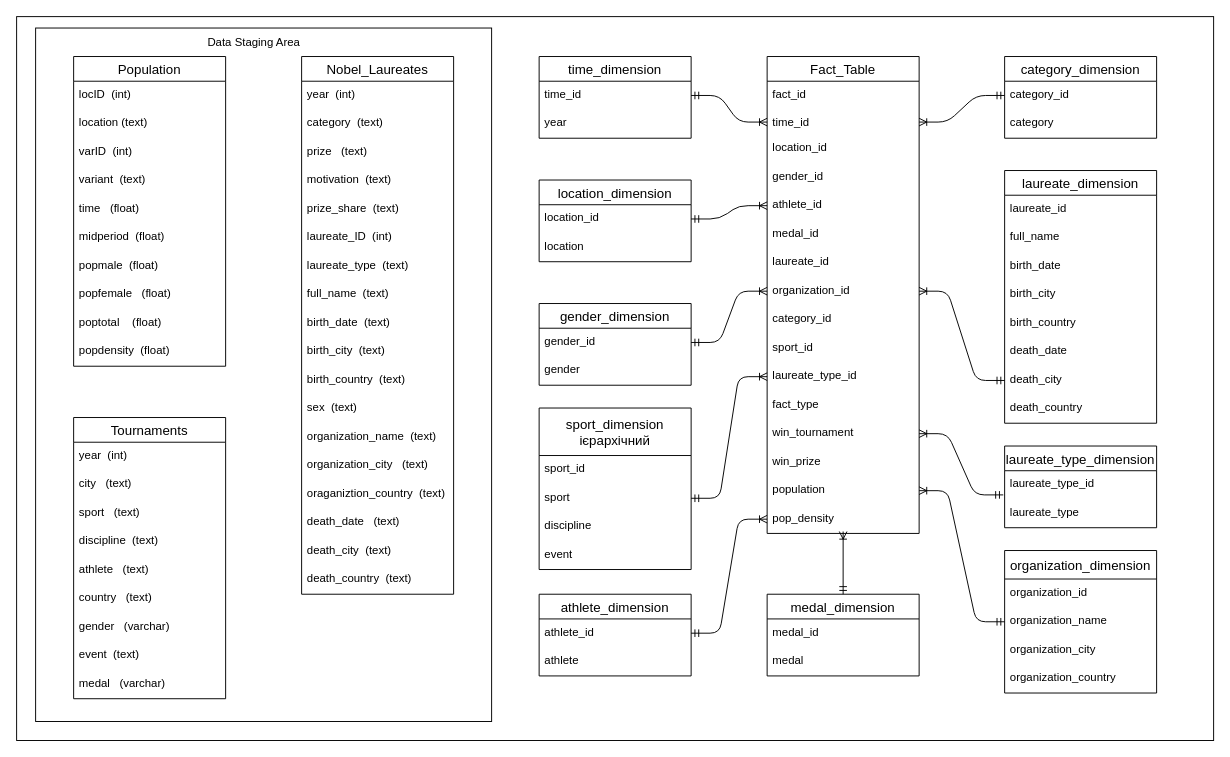
Earlier version of the draw.io diagram lab_1/diagram/diagram.drawio (ChuyOleg/Data_Analysis). Source tidied: cells renumbered, new cells numbered last; positions are measured from the earlier drawing's top-left corner, leaving out a move shared by most shapes. Both pictures are drawn from the tidied source at 95%, with x=0, y=0 at pixel (16, 16).
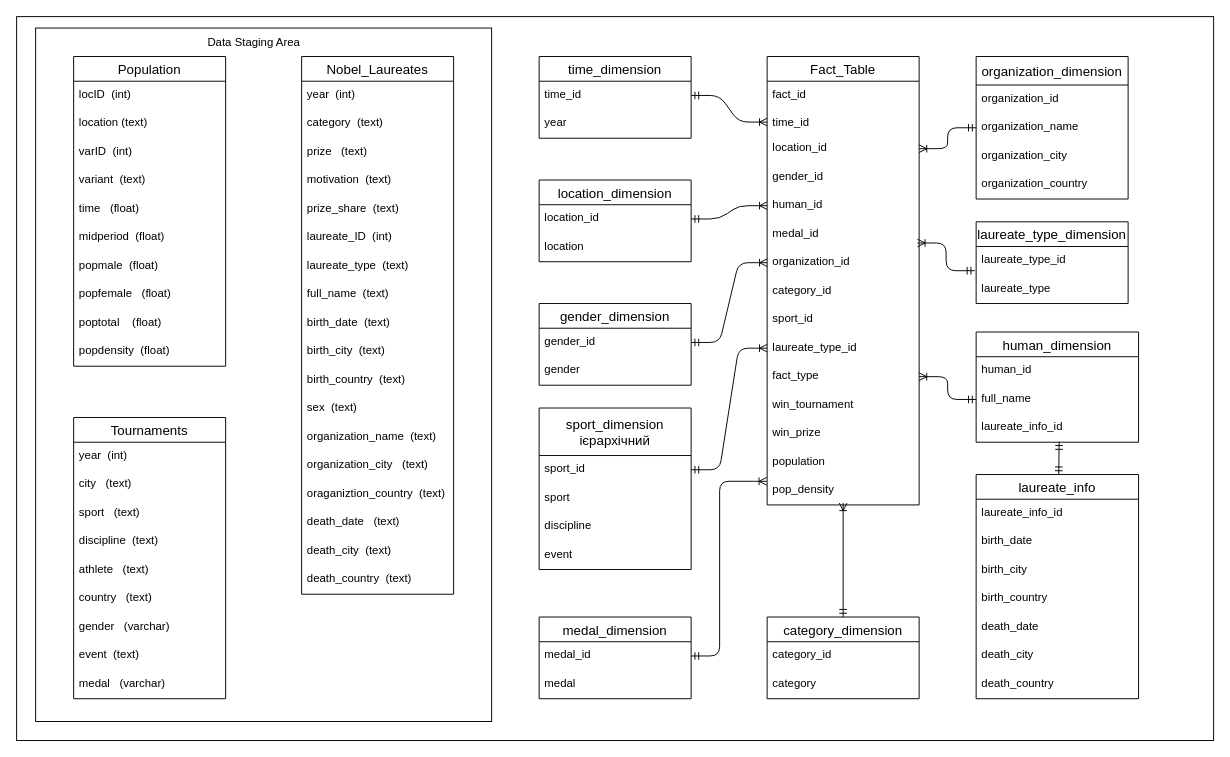
The same page after the edit.

Unchanged cells that the change refers to:
```xml
<mxCell id="58" value="organization_name" style="text;strokeColor=none;fillColor=none;spacingLeft=4;spacingRight=4;overflow=hidden;points=[[0,0.5],[1,0.5]];portConstraint=eastwest;fontSize=12;" parent="56" vertex="1">
  <mxGeometry y="60" width="160" height="30" as="geometry" />
</mxCell>
<mxCell id="62" value="category_id" style="text;strokeColor=none;fillColor=none;spacingLeft=4;spacingRight=4;overflow=hidden;points=[[0,0.5],[1,0.5]];portConstraint=eastwest;fontSize=12;" parent="61" vertex="1">
  <mxGeometry y="26" width="160" height="30" as="geometry" />
</mxCell>
<mxCell id="65" value="sport_id" style="text;strokeColor=none;fillColor=none;spacingLeft=4;spacingRight=4;overflow=hidden;points=[[0,0.5],[1,0.5]];portConstraint=eastwest;fontSize=12;" parent="64" vertex="1">
  <mxGeometry y="50" width="160" height="30" as="geometry" />
</mxCell>
<mxCell id="66" value="sport" style="text;strokeColor=none;fillColor=none;spacingLeft=4;spacingRight=4;overflow=hidden;points=[[0,0.5],[1,0.5]];portConstraint=eastwest;fontSize=12;" parent="64" vertex="1">
  <mxGeometry y="80" width="160" height="30" as="geometry" />
</mxCell>
<mxCell id="70" value="medal_id" style="text;strokeColor=none;fillColor=none;spacingLeft=4;spacingRight=4;overflow=hidden;points=[[0,0.5],[1,0.5]];portConstraint=eastwest;fontSize=12;" parent="69" vertex="1">
  <mxGeometry y="26" width="160" height="30" as="geometry" />
</mxCell>
<mxCell id="74" value="laureate_type" style="text;strokeColor=none;fillColor=none;spacingLeft=4;spacingRight=4;overflow=hidden;points=[[0,0.5],[1,0.5]];portConstraint=eastwest;fontSize=12;" parent="72" vertex="1">
  <mxGeometry y="56" width="160" height="30" as="geometry" />
</mxCell>
<mxCell id="86" value="time_id" style="text;strokeColor=none;fillColor=none;spacingLeft=4;spacingRight=4;overflow=hidden;points=[[0,0.5],[1,0.5]];portConstraint=eastwest;fontSize=12;" parent="84" vertex="1">
  <mxGeometry y="56" width="160" height="26" as="geometry" />
</mxCell>
<mxCell id="87" value="location_id" style="text;strokeColor=none;fillColor=none;spacingLeft=4;spacingRight=4;overflow=hidden;points=[[0,0.5],[1,0.5]];portConstraint=eastwest;fontSize=12;" parent="84" vertex="1">
  <mxGeometry y="82" width="160" height="30" as="geometry" />
</mxCell>
```

What changed in the source:
```diff
@@
-    <mxCell id="53" value="athlete_dimension" style="swimlane;fontStyle=0;horizontal=1;startSize=26;align=center;fontSize=14;" parent="1" vertex="1">
-      <mxGeometry x="550" y="608" width="160" height="86" as="geometry" />
+    <mxCell id="53" value="human_dimension" style="swimlane;fontStyle=0;horizontal=1;startSize=26;align=center;fontSize=14;" parent="1" vertex="1">
+      <mxGeometry x="1010" y="332" width="171" height="116" as="geometry" />
     </mxCell>
-    <mxCell id="54" value="athlete_id" style="text;strokeColor=none;fillColor=none;spacingLeft=4;spacingRight=4;overflow=hidden;points=[[0,0.5],[1,0.5]];portConstraint=eastwest;fontSize=12;" parent="53" vertex="1">
-      <mxGeometry y="26" width="160" height="30" as="geometry" />
+    <mxCell id="54" value="human_id" style="text;strokeColor=none;fillColor=none;spacingLeft=4;spacingRight=4;overflow=hidden;points=[[0,0.5],[1,0.5]];portConstraint=eastwest;fontSize=12;" parent="53" vertex="1">
+      <mxGeometry y="26" width="171" height="30" as="geometry" />
     </mxCell>
-    <mxCell id="55" value="athlete" style="text;strokeColor=none;fillColor=none;spacingLeft=4;spacingRight=4;overflow=hidden;points=[[0,0.5],[1,0.5]];portConstraint=eastwest;fontSize=12;" parent="53" vertex="1">
-      <mxGeometry y="56" width="160" height="30" as="geometry" />
+    <mxCell id="55" value="full_name" style="text;strokeColor=none;fillColor=none;spacingLeft=4;spacingRight=4;overflow=hidden;points=[[0,0.5],[1,0.5]];portConstraint=eastwest;fontSize=12;" parent="53" vertex="1">
+      <mxGeometry y="56" width="171" height="30" as="geometry" />
     </mxCell>
+    <mxCell id="112" value="laureate_info_id" style="text;strokeColor=none;fillColor=none;spacingLeft=4;spacingRight=4;overflow=hidden;points=[[0,0.5],[1,0.5]];portConstraint=eastwest;fontSize=12;" parent="53" vertex="1">
+      <mxGeometry y="86" width="171" height="30" as="geometry" />
+    </mxCell>
     <mxCell id="56" value="organization_dimension" style="swimlane;fontStyle=0;horizontal=1;startSize=30;align=center;fontSize=14;" parent="1" vertex="1">
-      <mxGeometry x="1040" y="562" width="160" height="150" as="geometry" />
+      <mxGeometry x="1010" y="42" width="160" height="150" as="geometry" />
     </mxCell>
@@
     <mxCell id="61" value="category_dimension" style="swimlane;fontStyle=0;horizontal=1;startSize=26;align=center;fontSize=14;" parent="1" vertex="1">
-      <mxGeometry x="1040" y="42" width="160" height="86" as="geometry" />
+      <mxGeometry x="790" y="632" width="160" height="86" as="geometry" />
     </mxCell>
@@
     <mxCell id="69" value="medal_dimension" style="swimlane;fontStyle=0;horizontal=1;startSize=26;align=center;fontSize=14;" parent="1" vertex="1">
-      <mxGeometry x="790" y="608" width="160" height="86" as="geometry" />
+      <mxGeometry x="550" y="632" width="160" height="86" as="geometry" />
     </mxCell>
@@
     <mxCell id="72" value="laureate_type_dimension" style="swimlane;fontStyle=0;horizontal=1;startSize=26;align=center;fontSize=14;" parent="1" vertex="1">
-      <mxGeometry x="1040" y="452" width="160" height="86" as="geometry" />
+      <mxGeometry x="1010" y="216" width="160" height="86" as="geometry" />
     </mxCell>
@@
-    <mxCell id="75" value="laureate_dimension" style="swimlane;fontStyle=0;horizontal=1;startSize=26;align=center;fontSize=14;" parent="1" vertex="1">
-      <mxGeometry x="1040" y="162" width="160" height="266" as="geometry" />
+    <mxCell id="75" value="laureate_info" style="swimlane;fontStyle=0;horizontal=1;startSize=26;align=center;fontSize=14;" parent="1" vertex="1">
+      <mxGeometry x="1010" y="482" width="171" height="236" as="geometry" />
     </mxCell>
-    <mxCell id="76" value="laureate_id" style="text;strokeColor=none;fillColor=none;spacingLeft=4;spacingRight=4;overflow=hidden;fontSize=12;" parent="75" vertex="1">
-      <mxGeometry y="26" width="160" height="30" as="geometry" />
+    <mxCell id="76" value="laureate_info_id" style="text;strokeColor=none;fillColor=none;spacingLeft=4;spacingRight=4;overflow=hidden;fontSize=12;" parent="75" vertex="1">
+      <mxGeometry y="26" width="171" height="30" as="geometry" />
     </mxCell>
-    <mxCell id="77" value="full_name" style="text;strokeColor=none;fillColor=none;spacingLeft=4;spacingRight=4;overflow=hidden;fontSize=12;" parent="75" vertex="1">
-      <mxGeometry y="56" width="160" height="30" as="geometry" />
-    </mxCell>
     <mxCell id="78" value="birth_date" style="text;strokeColor=none;fillColor=none;spacingLeft=4;spacingRight=4;overflow=hidden;fontSize=12;" parent="75" vertex="1">
-      <mxGeometry y="86" width="160" height="30" as="geometry" />
+      <mxGeometry y="56" width="171" height="30" as="geometry" />
     </mxCell>
     <mxCell id="79" value="birth_city" style="text;strokeColor=none;fillColor=none;spacingLeft=4;spacingRight=4;overflow=hidden;fontSize=12;" parent="75" vertex="1">
-      <mxGeometry y="116" width="160" height="30" as="geometry" />
+      <mxGeometry y="86" width="171" height="30" as="geometry" />
     </mxCell>
     <mxCell id="80" value="birth_country" style="text;strokeColor=none;fillColor=none;spacingLeft=4;spacingRight=4;overflow=hidden;fontSize=12;" parent="75" vertex="1">
-      <mxGeometry y="146" width="160" height="30" as="geometry" />
+      <mxGeometry y="116" width="171" height="30" as="geometry" />
     </mxCell>
     <mxCell id="81" value="death_date" style="text;strokeColor=none;fillColor=none;spacingLeft=4;spacingRight=4;overflow=hidden;fontSize=12;" parent="75" vertex="1">
-      <mxGeometry y="176" width="160" height="30" as="geometry" />
+      <mxGeometry y="146" width="171" height="30" as="geometry" />
     </mxCell>
     <mxCell id="82" value="death_city" style="text;strokeColor=none;fillColor=none;spacingLeft=4;spacingRight=4;overflow=hidden;points=[[0,0.5],[1,0.5]];portConstraint=eastwest;fontSize=12;" parent="75" vertex="1">
-      <mxGeometry y="206" width="160" height="30" as="geometry" />
+      <mxGeometry y="176" width="171" height="30" as="geometry" />
     </mxCell>
     <mxCell id="83" value="death_country" style="text;strokeColor=none;fillColor=none;spacingLeft=4;spacingRight=4;overflow=hidden;fontSize=12;" parent="75" vertex="1">
-      <mxGeometry y="236" width="160" height="30" as="geometry" />
+      <mxGeometry y="206" width="171" height="30" as="geometry" />
     </mxCell>
     <mxCell id="84" value="Fact_Table" style="swimlane;fontStyle=0;horizontal=1;startSize=26;align=center;fontSize=14;" parent="1" vertex="1">
-      <mxGeometry x="790" y="42" width="160" height="502" as="geometry" />
+      <mxGeometry x="790" y="42" width="160" height="472" as="geometry" />
     </mxCell>
@@
-    <mxCell id="89" value="athlete_id" style="text;strokeColor=none;fillColor=none;spacingLeft=4;spacingRight=4;overflow=hidden;points=[[0,0.5],[1,0.5]];portConstraint=eastwest;fontSize=12;" parent="84" vertex="1">
+    <mxCell id="89" value="human_id" style="text;strokeColor=none;fillColor=none;spacingLeft=4;spacingRight=4;overflow=hidden;points=[[0,0.5],[1,0.5]];portConstraint=eastwest;fontSize=12;" parent="84" vertex="1">
       <mxGeometry y="142" width="160" height="30" as="geometry" />
     </mxCell>
@@
-    <mxCell id="91" value="laureate_id" style="text;strokeColor=none;fillColor=none;spacingLeft=4;spacingRight=4;overflow=hidden;fontSize=12;" parent="84" vertex="1">
-      <mxGeometry y="202" width="160" height="30" as="geometry" />
-    </mxCell>
     <mxCell id="92" value="organization_id" style="text;strokeColor=none;fillColor=none;spacingLeft=4;spacingRight=4;overflow=hidden;points=[[0,0.5],[1,0.5]];portConstraint=eastwest;fontSize=12;" parent="84" vertex="1">
-      <mxGeometry y="232" width="160" height="30" as="geometry" />
+      <mxGeometry y="202" width="160" height="30" as="geometry" />
     </mxCell>
     <mxCell id="93" value="category_id" style="text;strokeColor=none;fillColor=none;spacingLeft=4;spacingRight=4;overflow=hidden;fontSize=12;" parent="84" vertex="1">
-      <mxGeometry y="262" width="160" height="30" as="geometry" />
+      <mxGeometry y="232" width="160" height="30" as="geometry" />
     </mxCell>
     <mxCell id="94" value="sport_id" style="text;strokeColor=none;fillColor=none;spacingLeft=4;spacingRight=4;overflow=hidden;fontSize=12;" parent="84" vertex="1">
-      <mxGeometry y="292" width="160" height="30" as="geometry" />
+      <mxGeometry y="262" width="160" height="30" as="geometry" />
     </mxCell>
     <mxCell id="95" value="laureate_type_id" style="text;strokeColor=none;fillColor=none;spacingLeft=4;spacingRight=4;overflow=hidden;points=[[0,0.5],[1,0.5]];portConstraint=eastwest;fontSize=12;" parent="84" vertex="1">
-      <mxGeometry y="322" width="160" height="30" as="geometry" />
+      <mxGeometry y="292" width="160" height="30" as="geometry" />
     </mxCell>
     <mxCell id="96" value="fact_type" style="text;strokeColor=none;fillColor=none;spacingLeft=4;spacingRight=4;overflow=hidden;points=[[0,0.5],[1,0.5]];portConstraint=eastwest;fontSize=12;" parent="84" vertex="1">
-      <mxGeometry y="352" width="160" height="30" as="geometry" />
+      <mxGeometry y="322" width="160" height="30" as="geometry" />
     </mxCell>
     <mxCell id="97" value="win_tournament" style="text;strokeColor=none;fillColor=none;spacingLeft=4;spacingRight=4;overflow=hidden;points=[[0,0.5],[1,0.5]];portConstraint=eastwest;fontSize=12;" parent="84" vertex="1">
-      <mxGeometry y="382" width="160" height="30" as="geometry" />
+      <mxGeometry y="352" width="160" height="30" as="geometry" />
     </mxCell>
     <mxCell id="98" value="win_prize" style="text;strokeColor=none;fillColor=none;spacingLeft=4;spacingRight=4;overflow=hidden;fontSize=12;" parent="84" vertex="1">
-      <mxGeometry y="412" width="160" height="30" as="geometry" />
+      <mxGeometry y="382" width="160" height="30" as="geometry" />
     </mxCell>
     <mxCell id="99" value="population" style="text;strokeColor=none;fillColor=none;spacingLeft=4;spacingRight=4;overflow=hidden;points=[[0,0.5],[1,0.5]];portConstraint=eastwest;fontSize=12;" parent="84" vertex="1">
-      <mxGeometry y="442" width="160" height="30" as="geometry" />
+      <mxGeometry y="412" width="160" height="30" as="geometry" />
     </mxCell>
     <mxCell id="100" value="pop_density" style="text;strokeColor=none;fillColor=none;spacingLeft=4;spacingRight=4;overflow=hidden;points=[[0,0.5],[1,0.5]];portConstraint=eastwest;fontSize=12;" parent="84" vertex="1">
-      <mxGeometry y="472" width="160" height="30" as="geometry" />
+      <mxGeometry y="442" width="160" height="30" as="geometry" />
     </mxCell>
@@
-    <mxCell id="105" style="edgeStyle=entityRelationEdgeStyle;fontSize=12;html=1;endArrow=ERoneToMany;startArrow=ERmandOne;exitX=1;exitY=0.5;exitDx=0;exitDy=0;entryX=0;entryY=0.5;entryDx=0;entryDy=0;" parent="1" edge="1" source="54" target="100">
-      <mxGeometry relative="1" as="geometry" />
-    </mxCell>
-    <mxCell id="106" style="edgeStyle=entityRelationEdgeStyle;fontSize=12;html=1;endArrow=ERoneToMany;startArrow=ERmandOne;exitX=1;exitY=0.5;exitDx=0;exitDy=0;entryX=0;entryY=0.5;entryDx=0;entryDy=0;" parent="1" edge="1" source="66" target="95">
+    <mxCell id="106" style="edgeStyle=entityRelationEdgeStyle;fontSize=12;html=1;endArrow=ERoneToMany;startArrow=ERmandOne;exitX=1;exitY=0.5;exitDx=0;exitDy=0;entryX=0;entryY=0.5;entryDx=0;entryDy=0;" parent="1" edge="1" source="65" target="95">
       <mxGeometry relative="1" as="geometry" />
     </mxCell>
-    <mxCell id="107" style="fontSize=12;html=1;endArrow=ERoneToMany;startArrow=ERmandOne;strokeWidth=1;exitX=0.5;exitY=0;exitDx=0;exitDy=0;" parent="1" edge="1" source="69">
+    <mxCell id="107" style="fontSize=12;html=1;endArrow=ERoneToMany;startArrow=ERmandOne;strokeWidth=1;exitX=1;exitY=0.5;exitDx=0;exitDy=0;entryX=-0.003;entryY=0.171;entryDx=0;entryDy=0;edgeStyle=orthogonalEdgeStyle;entryPerimeter=0;" parent="1" edge="1" source="70" target="100">
       <mxGeometry relative="1" as="geometry">
-        <mxPoint x="870" y="542" as="targetPoint" />
+        <Array as="points">
+          <mxPoint x="740" y="673" />
+          <mxPoint x="740" y="489" />
+        </Array>
       </mxGeometry>
     </mxCell>
+    <mxCell id="111" style="fontSize=12;html=1;endArrow=ERoneToMany;startArrow=ERmandOne;strokeWidth=1;exitX=0.5;exitY=0;exitDx=0;exitDy=0;" parent="1" edge="1" source="61">
+      <mxGeometry relative="1" as="geometry">
+        <mxPoint x="870" y="512" as="targetPoint" />
+      </mxGeometry>
+    </mxCell>
-    <mxCell id="108" style="edgeStyle=entityRelationEdgeStyle;fontSize=12;html=1;endArrow=ERoneToMany;startArrow=ERmandOne;strokeWidth=1;exitX=0;exitY=0.5;exitDx=0;exitDy=0;entryX=1;entryY=0.5;entryDx=0;entryDy=0;" parent="1" edge="1" source="58" target="99">
+    <mxCell id="108" style="edgeStyle=entityRelationEdgeStyle;fontSize=12;html=1;endArrow=ERoneToMany;startArrow=ERmandOne;strokeWidth=1;exitX=0;exitY=0.5;exitDx=0;exitDy=0;entryX=1;entryY=0.5;entryDx=0;entryDy=0;" parent="1" edge="1" source="58" target="87">
       <mxGeometry relative="1" as="geometry" />
     </mxCell>
-    <mxCell id="109" style="edgeStyle=entityRelationEdgeStyle;fontSize=12;html=1;endArrow=ERoneToMany;startArrow=ERmandOne;strokeWidth=1;exitX=-0.009;exitY=-0.152;exitDx=0;exitDy=0;exitPerimeter=0;entryX=1;entryY=0.5;entryDx=0;entryDy=0;" parent="1" edge="1" source="74" target="97">
+    <mxCell id="109" style="edgeStyle=entityRelationEdgeStyle;fontSize=12;html=1;endArrow=ERoneToMany;startArrow=ERmandOne;strokeWidth=1;exitX=-0.009;exitY=-0.152;exitDx=0;exitDy=0;exitPerimeter=0;entryX=0.989;entryY=-0.19;entryDx=0;entryDy=0;entryPerimeter=0;" parent="1" edge="1" source="74" target="92">
       <mxGeometry relative="1" as="geometry" />
     </mxCell>
-    <mxCell id="110" style="edgeStyle=entityRelationEdgeStyle;fontSize=12;html=1;endArrow=ERoneToMany;startArrow=ERmandOne;strokeWidth=1;exitX=0;exitY=0.5;exitDx=0;exitDy=0;entryX=1;entryY=0.5;entryDx=0;entryDy=0;" parent="1" edge="1" source="82" target="92">
-      <mxGeometry relative="1" as="geometry" />
-    </mxCell>
-    <mxCell id="111" style="edgeStyle=entityRelationEdgeStyle;fontSize=12;html=1;endArrow=ERoneToMany;startArrow=ERmandOne;strokeWidth=1;exitX=0;exitY=0.5;exitDx=0;exitDy=0;entryX=1;entryY=0.5;entryDx=0;entryDy=0;" parent="1" edge="1" source="62" target="86">
-      <mxGeometry relative="1" as="geometry" />
-    </mxCell>
+    <mxCell id="105" style="edgeStyle=entityRelationEdgeStyle;fontSize=12;html=1;endArrow=ERoneToMany;startArrow=ERmandOne;exitX=0;exitY=0.5;exitDx=0;exitDy=0;entryX=1;entryY=0.5;entryDx=0;entryDy=0;" parent="1" edge="1" source="55" target="96">
+      <mxGeometry relative="1" as="geometry" />
+    </mxCell>
+    <mxCell id="113" style="fontSize=12;html=1;endArrow=ERmandOne;startArrow=ERmandOne;entryX=0.511;entryY=0.983;entryDx=0;entryDy=0;entryPerimeter=0;" parent="1" edge="1" source="75" target="112">
+      <mxGeometry relative="1" as="geometry" />
+    </mxCell>
```
